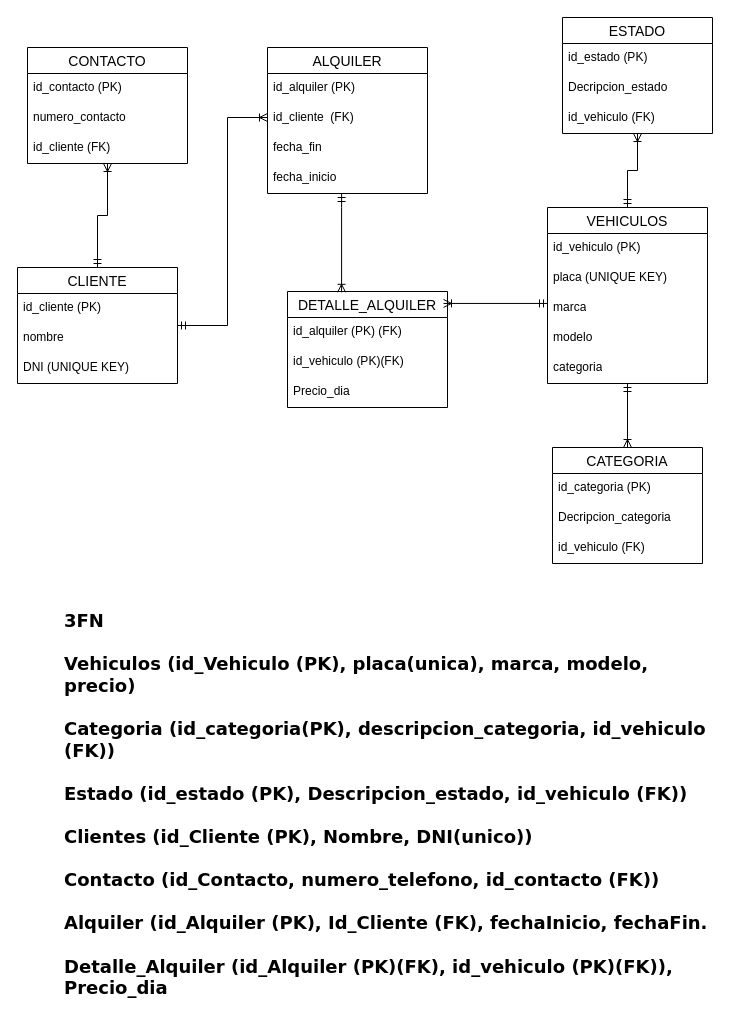
This is 1 Modelado y Digramas/Diagrama ER.drawio from AlexSRS96/PROY_SIST_ALQUILER_VEHICULOS, a draw.io file, before an edit. Source tidied: cells renumbered, new cells numbered last; positions are measured from the earlier drawing's top-left corner, leaving out a move shared by most shapes. Both pictures are drawn from the tidied source at 100%, with x=0, y=0 at pixel (17, 17).
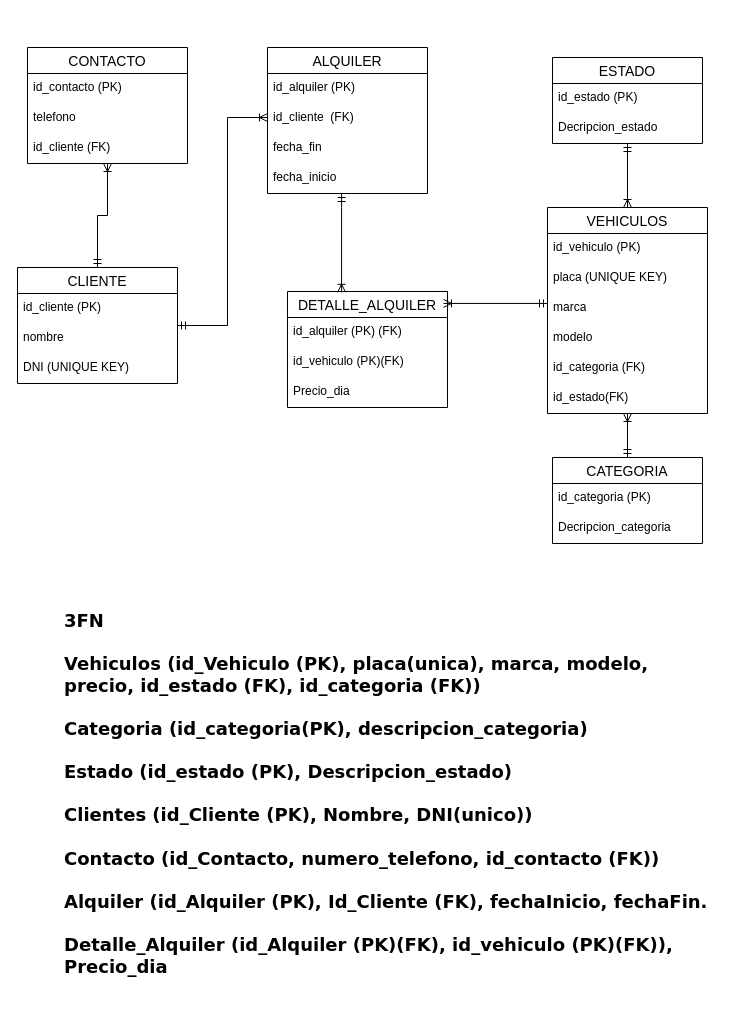
After the change.

Commit message (it also covers changes not shown here):
Se corrigio Modelo 3FN y Diagrama ER

The change refers to these unchanged cells:
```xml
<mxCell id="13" value="CONTACTO" style="swimlane;fontStyle=0;horizontal=1;startSize=26;align=center;fontSize=14;" parent="1" vertex="1">
  <mxGeometry x="10" y="30" width="160" height="116" as="geometry" />
</mxCell>
```

Change to the diagram source:
```diff
@@
     <mxCell id="2" value="VEHICULOS" style="swimlane;fontStyle=0;horizontal=1;startSize=26;align=center;fontSize=14;" parent="1" vertex="1">
-      <mxGeometry x="530" y="190" width="160" height="176" as="geometry" />
+      <mxGeometry x="530" y="190" width="160" height="206" as="geometry" />
     </mxCell>
@@
-    <mxCell id="7" value="categoria" style="text;strokeColor=none;fillColor=none;spacingLeft=4;spacingRight=4;overflow=hidden;fontSize=12;whiteSpace=wrap;html=1;" parent="2" vertex="1">
-      <mxGeometry y="146" width="160" height="30" as="geometry" />
-    </mxCell>
+    <mxCell id="38" value="id_categoria (FK)&amp;nbsp;" style="text;strokeColor=none;fillColor=none;spacingLeft=4;spacingRight=4;overflow=hidden;fontSize=12;whiteSpace=wrap;html=1;" parent="2" vertex="1">
+      <mxGeometry y="146" width="160" height="30" as="geometry" />
+    </mxCell>
+    <mxCell id="33" value="id_estado(FK)&amp;nbsp;" style="text;strokeColor=none;fillColor=none;spacingLeft=4;spacingRight=4;overflow=hidden;fontSize=12;whiteSpace=wrap;html=1;" parent="2" vertex="1">
+      <mxGeometry y="176" width="160" height="30" as="geometry" />
+    </mxCell>
@@
-    <mxCell id="15" value="numero_contacto" style="text;strokeColor=none;fillColor=none;spacingLeft=4;spacingRight=4;overflow=hidden;fontSize=12;whiteSpace=wrap;html=1;" parent="13" vertex="1">
+    <mxCell id="15" value="telefono" style="text;strokeColor=none;fillColor=none;spacingLeft=4;spacingRight=4;overflow=hidden;fontSize=12;whiteSpace=wrap;html=1;" parent="13" vertex="1">
       <mxGeometry y="56" width="160" height="30" as="geometry" />
     </mxCell>
@@
-    <mxCell id="29" style="edgeStyle=orthogonalEdgeStyle;rounded=0;jettySize=auto;html=1;entryX=0.5;entryY=0;entryDx=0;entryDy=0;startArrow=ERoneToMany;startFill=0;endArrow=ERmandOne;endFill=0;" parent="1" edge="1" source="30" target="2">
+    <mxCell id="29" style="edgeStyle=orthogonalEdgeStyle;rounded=0;jettySize=auto;html=1;entryX=0.5;entryY=0;entryDx=0;entryDy=0;startArrow=ERmandOne;startFill=0;endArrow=ERoneToMany;endFill=0;" parent="1" edge="1" source="30" target="2">
       <mxGeometry relative="1" as="geometry" />
     </mxCell>
     <mxCell id="30" value="ESTADO" style="swimlane;fontStyle=0;horizontal=1;startSize=26;align=center;fontSize=14;" parent="1" vertex="1">
-      <mxGeometry x="545" width="150" height="116" as="geometry" />
+      <mxGeometry x="535" y="40" width="150" height="86" as="geometry" />
     </mxCell>
@@
-    <mxCell id="33" value="id_vehiculo (FK)&amp;nbsp;" style="text;strokeColor=none;fillColor=none;spacingLeft=4;spacingRight=4;overflow=hidden;fontSize=12;whiteSpace=wrap;html=1;" parent="30" vertex="1">
-      <mxGeometry y="86" width="150" height="30" as="geometry" />
-    </mxCell>
-    <mxCell id="34" style="edgeStyle=orthogonalEdgeStyle;rounded=0;jettySize=auto;html=1;startArrow=ERoneToMany;startFill=0;endArrow=ERmandOne;endFill=0;" parent="1" edge="1" source="35" target="2">
+    <mxCell id="34" style="edgeStyle=orthogonalEdgeStyle;rounded=0;jettySize=auto;html=1;startArrow=ERmandOne;startFill=0;endArrow=ERoneToMany;endFill=0;" parent="1" edge="1" source="35" target="2">
       <mxGeometry relative="1" as="geometry" />
     </mxCell>
     <mxCell id="35" value="CATEGORIA" style="swimlane;fontStyle=0;horizontal=1;startSize=26;align=center;fontSize=14;" parent="1" vertex="1">
-      <mxGeometry x="535" y="430" width="150" height="116" as="geometry" />
+      <mxGeometry x="535" y="440" width="150" height="86" as="geometry" />
     </mxCell>
@@
-    <mxCell id="38" value="id_vehiculo (FK)&amp;nbsp;" style="text;strokeColor=none;fillColor=none;spacingLeft=4;spacingRight=4;overflow=hidden;fontSize=12;whiteSpace=wrap;html=1;" parent="35" vertex="1">
-      <mxGeometry y="86" width="150" height="30" as="geometry" />
-    </mxCell>
-    <mxCell id="39" value="&lt;div&gt;&lt;font style=&quot;font-size: 18px;&quot; face=&quot;Verdana&quot;&gt;&lt;b&gt;3FN&lt;/b&gt;&lt;/font&gt;&lt;/div&gt;&lt;font style=&quot;font-size: 18px;&quot; face=&quot;Verdana&quot;&gt;&lt;b&gt;&lt;div&gt;&lt;font style=&quot;font-size: 18px;&quot; face=&quot;Verdana&quot;&gt;&lt;b&gt;&lt;br&gt;&lt;/b&gt;&lt;/font&gt;&lt;/div&gt;Vehiculos (id_Vehiculo (PK), placa(unica), marca, modelo, precio)&lt;/b&gt;&lt;/font&gt;&lt;div&gt;&lt;font style=&quot;font-size: 18px;&quot; face=&quot;Verdana&quot;&gt;&lt;b&gt;&lt;br&gt;&lt;/b&gt;&lt;/font&gt;&lt;/div&gt;&lt;div&gt;&lt;font style=&quot;font-size: 18px;&quot; face=&quot;Verdana&quot;&gt;&lt;b&gt;Categoria (id_categoria(PK), descripcion_categoria, id_vehiculo (FK))&lt;/b&gt;&lt;/font&gt;&lt;/div&gt;&lt;div&gt;&lt;font style=&quot;font-size: 18px;&quot; face=&quot;Verdana&quot;&gt;&lt;b&gt;&lt;br&gt;&lt;/b&gt;&lt;/font&gt;&lt;/div&gt;&lt;div&gt;&lt;font style=&quot;font-size: 18px;&quot; face=&quot;Verdana&quot;&gt;&lt;b&gt;Estado (id_estado (PK), Descripcion_estado, id_vehiculo (FK))&lt;br&gt;&lt;br&gt;Clientes (id_Cliente (PK), Nombre, DNI(unico))&lt;br&gt;&lt;br&gt;Contacto (id_Contacto, numero_telefono, id_contacto (FK))&lt;br&gt;&lt;br&gt;Alquiler (id_Alquiler (PK), Id_Cliente (FK), fechaInicio, fechaFin.&lt;br&gt;&lt;br&gt;Detalle_Alquiler (id_Alquiler (PK)(FK), id_vehiculo (PK)(FK)), Precio_dia&lt;/b&gt;&lt;/font&gt;&lt;/div&gt;" style="text;whiteSpace=wrap;html=1;" parent="1" vertex="1">
+    <mxCell id="39" value="&lt;div&gt;&lt;font style=&quot;font-size: 18px;&quot; face=&quot;Verdana&quot;&gt;&lt;b&gt;3FN&lt;/b&gt;&lt;/font&gt;&lt;/div&gt;&lt;font style=&quot;font-size: 18px;&quot; face=&quot;Verdana&quot;&gt;&lt;b&gt;&lt;div&gt;&lt;font style=&quot;font-size: 18px;&quot; face=&quot;Verdana&quot;&gt;&lt;b&gt;&lt;br&gt;&lt;/b&gt;&lt;/font&gt;&lt;/div&gt;Vehiculos (id_Vehiculo (PK), placa(unica), marca, modelo, precio, id_estado (FK), id_categoria (FK))&lt;/b&gt;&lt;/font&gt;&lt;div&gt;&lt;font style=&quot;font-size: 18px;&quot; face=&quot;Verdana&quot;&gt;&lt;b&gt;&lt;br&gt;&lt;/b&gt;&lt;/font&gt;&lt;/div&gt;&lt;div&gt;&lt;font style=&quot;font-size: 18px;&quot; face=&quot;Verdana&quot;&gt;&lt;b&gt;Categoria (id_categoria(PK), descripcion_categoria)&lt;/b&gt;&lt;/font&gt;&lt;/div&gt;&lt;div&gt;&lt;font style=&quot;font-size: 18px;&quot; face=&quot;Verdana&quot;&gt;&lt;b&gt;&lt;br&gt;&lt;/b&gt;&lt;/font&gt;&lt;/div&gt;&lt;div&gt;&lt;font style=&quot;font-size: 18px;&quot; face=&quot;Verdana&quot;&gt;&lt;b&gt;Estado (id_estado (PK), Descripcion_estado)&lt;br&gt;&lt;br&gt;Clientes (id_Cliente (PK), Nombre, DNI(unico))&lt;br&gt;&lt;br&gt;Contacto (id_Contacto, numero_telefono, id_contacto (FK))&lt;br&gt;&lt;br&gt;Alquiler (id_Alquiler (PK), Id_Cliente (FK), fechaInicio, fechaFin.&lt;br&gt;&lt;br&gt;Detalle_Alquiler (id_Alquiler (PK)(FK), id_vehiculo (PK)(FK)), Precio_dia&lt;/b&gt;&lt;/font&gt;&lt;/div&gt;" style="text;whiteSpace=wrap;html=1;" parent="1" vertex="1">
       <mxGeometry x="45" y="586" width="650" height="300" as="geometry" />
     </mxCell>
```
